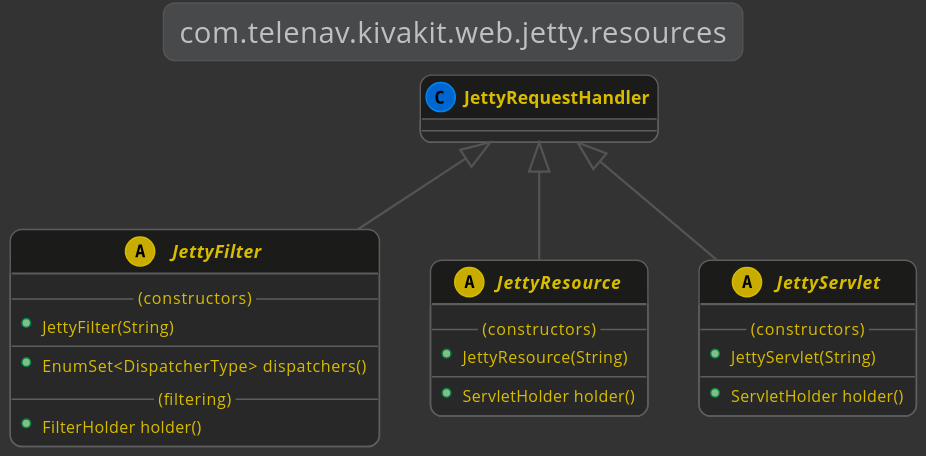
The PlantUML diagram kivakit-web/jetty/documentation/diagrams/com.telenav.kivakit.web.jetty.resources.svg in Telenav/kivakit, before a commit. Its diagram source:
```plantuml
@startuml

    !include ../lexakai/lexakai.theme

    title "com.telenav.kivakit.web.jetty.resources"

    JettyRequestHandler <|-- JettyFilter
    abstract class JettyFilter
    {
        --(constructors)--
        +JettyFilter(String)
        --
        +EnumSet<DispatcherType> dispatchers()
        --(filtering)--
        +FilterHolder holder()
    }

    JettyRequestHandler <|-- JettyResource
    abstract class JettyResource
    {
        --(constructors)--
        +JettyResource(String)
        --
        +ServletHolder holder()
    }

    JettyRequestHandler <|-- JettyServlet
    abstract class JettyServlet
    {
        --(constructors)--
        +JettyServlet(String)
        --
        +ServletHolder holder()
    }

@enduml
```
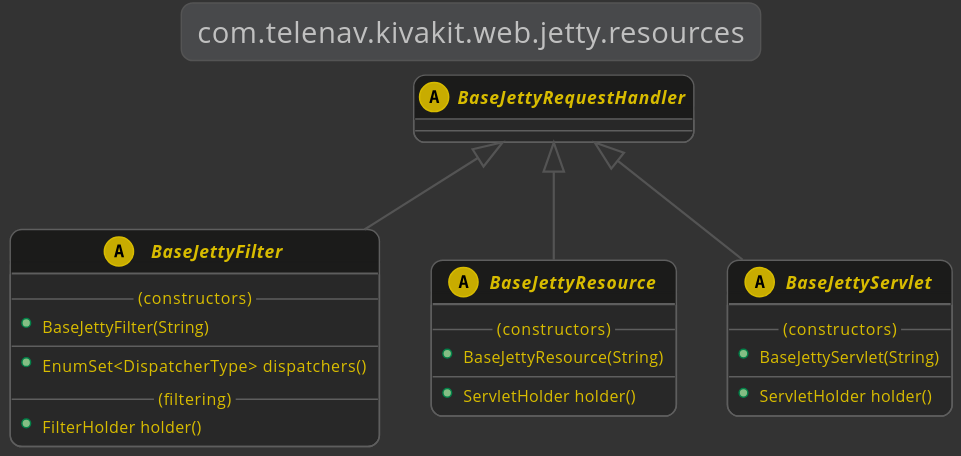
After the commit.

Change to the diagram source:
```diff
@@ -4,31 +4,33 @@
 
     title "com.telenav.kivakit.web.jetty.resources"
 
-    JettyRequestHandler <|-- JettyFilter
-    abstract class JettyFilter
+    abstract BaseJettyRequestHandler
+
+    BaseJettyRequestHandler <|-- BaseJettyFilter
+    abstract class BaseJettyFilter
     {
         --(constructors)--
-        +JettyFilter(String)
+        +BaseJettyFilter(String)
         --
         +EnumSet<DispatcherType> dispatchers()
         --(filtering)--
         +FilterHolder holder()
     }
 
-    JettyRequestHandler <|-- JettyResource
-    abstract class JettyResource
+    BaseJettyRequestHandler <|-- BaseJettyResource
+    abstract class BaseJettyResource
     {
         --(constructors)--
-        +JettyResource(String)
+        +BaseJettyResource(String)
         --
         +ServletHolder holder()
     }
 
-    JettyRequestHandler <|-- JettyServlet
-    abstract class JettyServlet
+    BaseJettyRequestHandler <|-- BaseJettyServlet
+    abstract class BaseJettyServlet
     {
         --(constructors)--
-        +JettyServlet(String)
+        +BaseJettyServlet(String)
         --
         +ServletHolder holder()
     }
```
